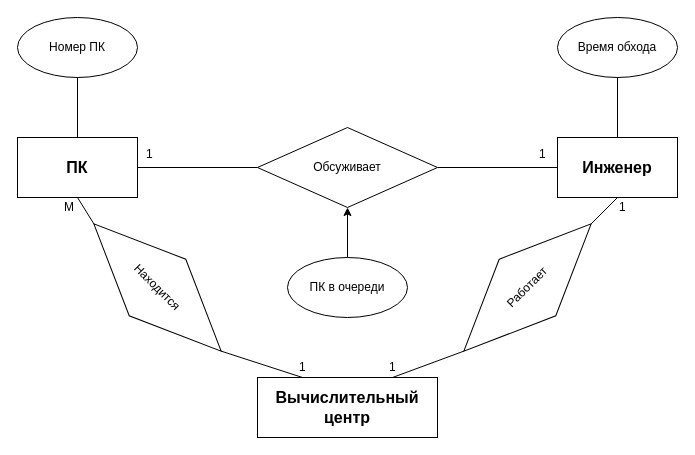
The draw.io diagram 6th-Sem/OOP/CourceWork/report/diagram.drawio in Annonymos3108/ELTECH-LABS, before the edit. Source tidied: cells renumbered, new cells numbered last; positions are measured from the earlier drawing's top-left corner, leaving out a move shared by most shapes. Both pictures are drawn from the tidied source at 100%, with x=0, y=0 at pixel (17, 17).
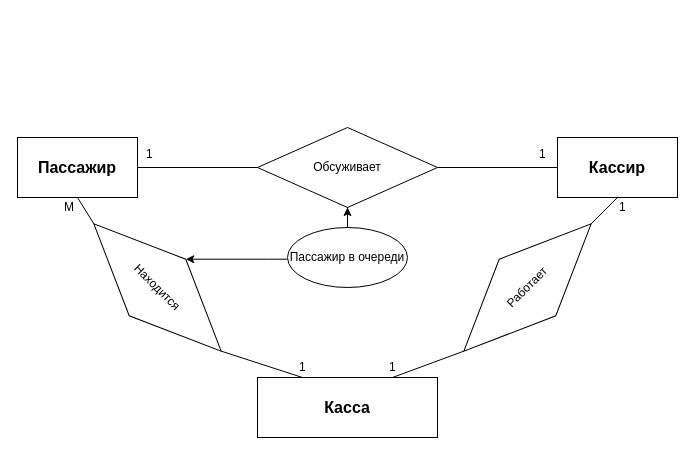
The same diagram, later.

Unchanged cells that the change refers to:
```xml
<mxCell id="15" value="Находится" style="rhombus;whiteSpace=wrap;html=1;rotation=45;" parent="1" vertex="1">
  <mxGeometry x="50" y="230" width="180" height="80" as="geometry" />
</mxCell>
```

Diff of the diagram source:
```diff
@@
-    <mxCell id="2" value="Номер ПК" style="ellipse;whiteSpace=wrap;html=1;" parent="1" vertex="1">
-      <mxGeometry width="120" height="60" as="geometry" />
-    </mxCell>
-    <mxCell id="3" value="&lt;b&gt;&lt;font style=&quot;font-size: 16px&quot;&gt;ПК&lt;/font&gt;&lt;/b&gt;" style="rounded=0;whiteSpace=wrap;html=1;" parent="1" vertex="1">
+    <mxCell id="3" value="&lt;span style=&quot;font-size: 16px&quot;&gt;&lt;b&gt;Пассажир&lt;/b&gt;&lt;/span&gt;" style="rounded=0;whiteSpace=wrap;html=1;" parent="1" vertex="1">
       <mxGeometry y="120" width="120" height="60" as="geometry" />
     </mxCell>
@@
-    <mxCell id="5" style="endArrow=none;html=1;entryX=0.5;entryY=1;entryDx=0;entryDy=0;exitX=0.5;exitY=0;exitDx=0;exitDy=0;" parent="1" edge="1" source="3" target="2">
-      <mxGeometry relative="1" as="geometry" />
-    </mxCell>
@@
-    <mxCell id="7" value="&lt;font style=&quot;font-size: 16px&quot;&gt;&lt;b&gt;Инженер&lt;/b&gt;&lt;/font&gt;" style="rounded=0;whiteSpace=wrap;html=1;" parent="1" vertex="1">
+    <mxCell id="7" value="&lt;font style=&quot;font-size: 16px&quot;&gt;&lt;b&gt;Кассир&lt;/b&gt;&lt;/font&gt;" style="rounded=0;whiteSpace=wrap;html=1;" parent="1" vertex="1">
       <mxGeometry x="540" y="120" width="120" height="60" as="geometry" />
     </mxCell>
-    <mxCell id="8" value="Время обхода" style="ellipse;whiteSpace=wrap;html=1;" parent="1" vertex="1">
-      <mxGeometry x="540" width="120" height="60" as="geometry" />
-    </mxCell>
-    <mxCell id="9" style="endArrow=none;html=1;exitX=0.5;exitY=0;exitDx=0;exitDy=0;entryX=0.5;entryY=1;entryDx=0;entryDy=0;" parent="1" edge="1" source="7" target="8">
-      <mxGeometry relative="1" as="geometry" />
-    </mxCell>
-    <mxCell id="10" value="&lt;span style=&quot;font-size: 16px&quot;&gt;&lt;b&gt;Вычислительный центр&lt;/b&gt;&lt;/span&gt;" style="rounded=0;whiteSpace=wrap;html=1;" parent="1" vertex="1">
+    <mxCell id="10" value="&lt;span style=&quot;font-size: 16px&quot;&gt;&lt;b&gt;Касса&lt;/b&gt;&lt;/span&gt;" style="rounded=0;whiteSpace=wrap;html=1;" parent="1" vertex="1">
       <mxGeometry x="240" y="360" width="180" height="60" as="geometry" />
     </mxCell>
@@
+    <mxCell id="26" style="edgeStyle=orthogonalEdgeStyle;rounded=0;jettySize=auto;html=1;entryX=0.5;entryY=0;entryDx=0;entryDy=0;" parent="1" edge="1" source="12" target="15">
+      <mxGeometry relative="1" as="geometry">
+        <Array as="points">
+          <mxPoint x="250" y="242" />
+        </Array>
+      </mxGeometry>
+    </mxCell>
-    <mxCell id="12" value="ПК в очереди" style="ellipse;whiteSpace=wrap;html=1;" parent="1" vertex="1">
-      <mxGeometry x="270" y="240" width="120" height="60" as="geometry" />
+    <mxCell id="12" value="Пассажир в очереди" style="ellipse;whiteSpace=wrap;html=1;" parent="1" vertex="1">
+      <mxGeometry x="270" y="210" width="120" height="60" as="geometry" />
     </mxCell>
```
